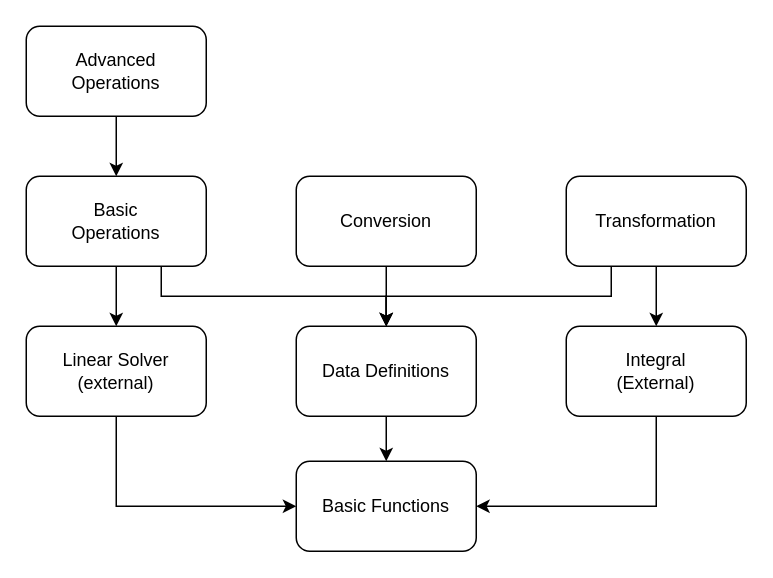
Before: docs/Design/MG/UsesHierarchy.drawio in caobo1994/FourierSeries, a draw.io diagram. Source tidied: cells renumbered, new cells numbered last; positions are measured from the earlier drawing's top-left corner, leaving out a move shared by most shapes. Both pictures are drawn from the tidied source at 150%, with x=0, y=0 at pixel (26, 26).
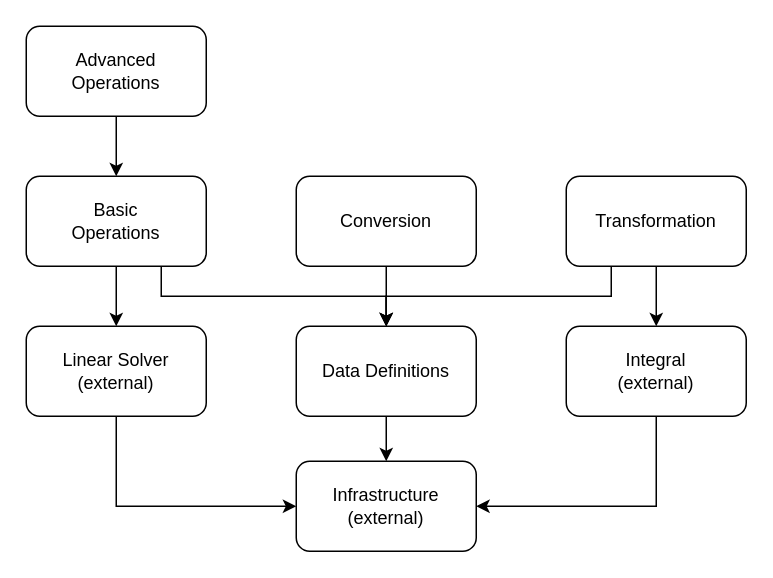
After the change.

Change to the diagram source:
```diff
@@
 <mxGraphModel>
   <root>
     <mxCell id="0" />
     <mxCell id="1" parent="0" />
     <mxCell id="2" style="edgeStyle=orthogonalEdgeStyle;rounded=0;jettySize=auto;html=1;" parent="1" edge="1" source="3" target="13">
       <mxGeometry relative="1" as="geometry" />
     </mxCell>
     <mxCell id="3" value="Conversion" style="rounded=1;whiteSpace=wrap;html=1;" parent="1" vertex="1">
       <mxGeometry x="180" y="100" width="120" height="60" as="geometry" />
     </mxCell>
     <mxCell id="4" style="edgeStyle=orthogonalEdgeStyle;rounded=0;jettySize=auto;html=1;" parent="1" edge="1" source="5" target="8">
       <mxGeometry relative="1" as="geometry" />
     </mxCell>
     <mxCell id="5" value="&lt;div&gt;Advanced &lt;br&gt;&lt;/div&gt;&lt;div&gt;Operations&lt;/div&gt;" style="rounded=1;whiteSpace=wrap;html=1;" parent="1" vertex="1">
       <mxGeometry width="120" height="60" as="geometry" />
     </mxCell>
     <mxCell id="6" style="edgeStyle=orthogonalEdgeStyle;rounded=0;jettySize=auto;html=1;exitX=0.5;exitY=1;exitDx=0;exitDy=0;entryX=0.5;entryY=0;entryDx=0;entryDy=0;" parent="1" edge="1" source="8" target="15">
       <mxGeometry relative="1" as="geometry" />
     </mxCell>
     <mxCell id="7" style="edgeStyle=orthogonalEdgeStyle;rounded=0;jettySize=auto;html=1;exitX=0.75;exitY=1;exitDx=0;exitDy=0;entryX=0.5;entryY=0;entryDx=0;entryDy=0;" parent="1" edge="1" source="8" target="13">
       <mxGeometry relative="1" as="geometry" />
     </mxCell>
     <mxCell id="8" value="&lt;div&gt;Basic&lt;/div&gt;&lt;div&gt;Operations&lt;br&gt;&lt;/div&gt;" style="rounded=1;whiteSpace=wrap;html=1;" parent="1" vertex="1">
       <mxGeometry y="100" width="120" height="60" as="geometry" />
     </mxCell>
     <mxCell id="9" style="edgeStyle=orthogonalEdgeStyle;rounded=0;jettySize=auto;html=1;exitX=0.25;exitY=1;exitDx=0;exitDy=0;" parent="1" edge="1" source="11" target="13">
       <mxGeometry relative="1" as="geometry" />
     </mxCell>
     <mxCell id="10" style="edgeStyle=orthogonalEdgeStyle;rounded=0;jettySize=auto;html=1;entryX=0.5;entryY=0;entryDx=0;entryDy=0;" parent="1" edge="1" source="11" target="17">
       <mxGeometry relative="1" as="geometry" />
     </mxCell>
     <mxCell id="11" value="Transformation" style="rounded=1;whiteSpace=wrap;html=1;" parent="1" vertex="1">
       <mxGeometry x="360" y="100" width="120" height="60" as="geometry" />
     </mxCell>
     <mxCell id="12" style="edgeStyle=orthogonalEdgeStyle;rounded=0;jettySize=auto;html=1;exitX=0.5;exitY=1;exitDx=0;exitDy=0;entryX=0.5;entryY=0;entryDx=0;entryDy=0;" parent="1" edge="1" source="13" target="18">
       <mxGeometry relative="1" as="geometry" />
     </mxCell>
     <mxCell id="13" value="Data Definitions" style="rounded=1;whiteSpace=wrap;html=1;" parent="1" vertex="1">
       <mxGeometry x="180" y="200" width="120" height="60" as="geometry" />
     </mxCell>
     <mxCell id="14" style="edgeStyle=orthogonalEdgeStyle;rounded=0;jettySize=auto;html=1;exitX=0.5;exitY=1;exitDx=0;exitDy=0;entryX=0;entryY=0.5;entryDx=0;entryDy=0;" parent="1" edge="1" source="15" target="18">
       <mxGeometry relative="1" as="geometry" />
     </mxCell>
     <mxCell id="15" value="&lt;div&gt;Linear Solver&lt;/div&gt;&lt;div&gt;(external)&lt;/div&gt;" style="rounded=1;whiteSpace=wrap;html=1;" parent="1" vertex="1">
       <mxGeometry y="200" width="120" height="60" as="geometry" />
     </mxCell>
     <mxCell id="16" style="edgeStyle=orthogonalEdgeStyle;rounded=0;jettySize=auto;html=1;exitX=0.5;exitY=1;exitDx=0;exitDy=0;entryX=1;entryY=0.5;entryDx=0;entryDy=0;" parent="1" edge="1" source="17" target="18">
       <mxGeometry relative="1" as="geometry" />
     </mxCell>
-    <mxCell id="17" value="&lt;div&gt;Integral&lt;/div&gt;&lt;div&gt;(External)&lt;br&gt;&lt;/div&gt;" style="rounded=1;whiteSpace=wrap;html=1;" parent="1" vertex="1">
+    <mxCell id="17" value="&lt;div&gt;Integral&lt;/div&gt;&lt;div&gt;(external)&lt;br&gt;&lt;/div&gt;" style="rounded=1;whiteSpace=wrap;html=1;" parent="1" vertex="1">
       <mxGeometry x="360" y="200" width="120" height="60" as="geometry" />
     </mxCell>
-    <mxCell id="18" value="Basic Functions" style="rounded=1;whiteSpace=wrap;html=1;" parent="1" vertex="1">
+    <mxCell id="18" value="&lt;div&gt;Infrastructure&lt;/div&gt;&lt;div&gt;(external)&lt;/div&gt;" style="rounded=1;whiteSpace=wrap;html=1;" parent="1" vertex="1">
       <mxGeometry x="180" y="290" width="120" height="60" as="geometry" />
     </mxCell>
   </root>
 </mxGraphModel>
```
